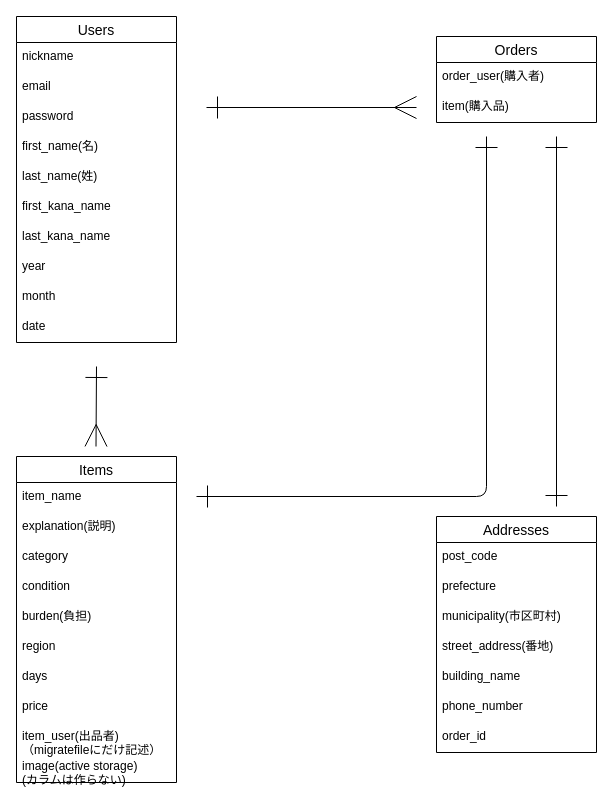
Before: database_blueprint.dio in fukumochi-0110/furima-39163, a draw.io diagram. Source tidied: cells renumbered, new cells numbered last; positions are measured from the earlier drawing's top-left corner, leaving out a move shared by most shapes. Both pictures are drawn from the tidied source at 100%, with x=0, y=0 at pixel (16, 16).
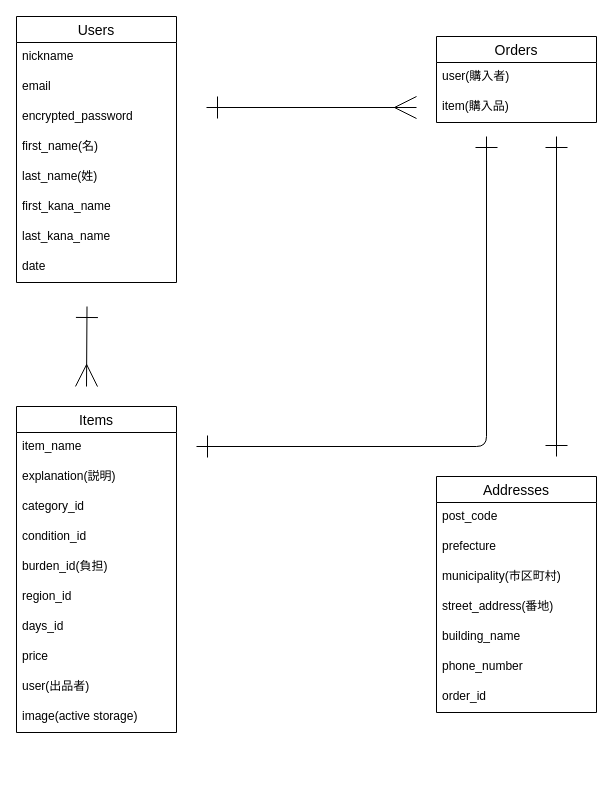
The same page after the edit.

Commit message (it also covers changes not shown here):
データベース設計修正(active hashのid追加、生年月日のカラム減らす)

The change refers to these unchanged cells:
```xml
<mxCell id="25" value="Orders" style="swimlane;fontStyle=0;horizontal=1;startSize=26;align=center;fontSize=14;" parent="1" vertex="1">
  <mxGeometry x="420" y="20" width="160" height="86" as="geometry" />
</mxCell>
```

The edit, as a diff of the source:
```diff
@@
     <mxCell id="2" value="Users" style="swimlane;fontStyle=0;horizontal=1;startSize=26;align=center;fontSize=14;" parent="1" vertex="1">
-      <mxGeometry width="160" height="326" as="geometry" />
+      <mxGeometry width="160" height="266" as="geometry" />
     </mxCell>
@@
-    <mxCell id="5" value="password" style="text;strokeColor=none;fillColor=none;spacingLeft=4;spacingRight=4;overflow=hidden;fontSize=12;" parent="2" vertex="1">
+    <mxCell id="5" value="encrypted_password" style="text;strokeColor=none;fillColor=none;spacingLeft=4;spacingRight=4;overflow=hidden;fontSize=12;" parent="2" vertex="1">
       <mxGeometry y="86" width="160" height="30" as="geometry" />
     </mxCell>
@@
-    <mxCell id="10" value="year" style="text;strokeColor=none;fillColor=none;spacingLeft=4;spacingRight=4;overflow=hidden;fontSize=12;" parent="2" vertex="1">
-      <mxGeometry y="236" width="160" height="30" as="geometry" />
-    </mxCell>
-    <mxCell id="11" value="month" style="text;strokeColor=none;fillColor=none;spacingLeft=4;spacingRight=4;overflow=hidden;fontSize=12;" parent="2" vertex="1">
-      <mxGeometry y="266" width="160" height="30" as="geometry" />
-    </mxCell>
     <mxCell id="12" value="date" style="text;strokeColor=none;fillColor=none;spacingLeft=4;spacingRight=4;overflow=hidden;fontSize=12;" parent="2" vertex="1">
-      <mxGeometry y="296" width="160" height="30" as="geometry" />
+      <mxGeometry y="236" width="160" height="30" as="geometry" />
     </mxCell>
     <mxCell id="13" value="Items" style="swimlane;fontStyle=0;horizontal=1;startSize=26;align=center;fontSize=14;" parent="1" vertex="1">
-      <mxGeometry y="440" width="160" height="326" as="geometry" />
+      <mxGeometry y="390" width="160" height="326" as="geometry" />
     </mxCell>
@@
-    <mxCell id="16" value="category" style="text;strokeColor=none;fillColor=none;spacingLeft=4;spacingRight=4;overflow=hidden;fontSize=12;" parent="13" vertex="1">
+    <mxCell id="16" value="category_id" style="text;strokeColor=none;fillColor=none;spacingLeft=4;spacingRight=4;overflow=hidden;fontSize=12;" parent="13" vertex="1">
       <mxGeometry y="86" width="160" height="30" as="geometry" />
     </mxCell>
-    <mxCell id="17" value="condition" style="text;strokeColor=none;fillColor=none;spacingLeft=4;spacingRight=4;overflow=hidden;fontSize=12;" parent="13" vertex="1">
+    <mxCell id="17" value="condition_id" style="text;strokeColor=none;fillColor=none;spacingLeft=4;spacingRight=4;overflow=hidden;fontSize=12;" parent="13" vertex="1">
       <mxGeometry y="116" width="160" height="30" as="geometry" />
     </mxCell>
-    <mxCell id="18" value="burden(負担)" style="text;strokeColor=none;fillColor=none;spacingLeft=4;spacingRight=4;overflow=hidden;fontSize=12;" parent="13" vertex="1">
+    <mxCell id="18" value="burden_id(負担)" style="text;strokeColor=none;fillColor=none;spacingLeft=4;spacingRight=4;overflow=hidden;fontSize=12;" parent="13" vertex="1">
       <mxGeometry y="146" width="160" height="30" as="geometry" />
     </mxCell>
-    <mxCell id="19" value="region" style="text;strokeColor=none;fillColor=none;spacingLeft=4;spacingRight=4;overflow=hidden;fontSize=12;" parent="13" vertex="1">
+    <mxCell id="19" value="region_id" style="text;strokeColor=none;fillColor=none;spacingLeft=4;spacingRight=4;overflow=hidden;fontSize=12;" parent="13" vertex="1">
       <mxGeometry y="176" width="160" height="30" as="geometry" />
     </mxCell>
-    <mxCell id="20" value="days" style="text;strokeColor=none;fillColor=none;spacingLeft=4;spacingRight=4;overflow=hidden;fontSize=12;" parent="13" vertex="1">
+    <mxCell id="20" value="days_id" style="text;strokeColor=none;fillColor=none;spacingLeft=4;spacingRight=4;overflow=hidden;fontSize=12;" parent="13" vertex="1">
       <mxGeometry y="206" width="160" height="30" as="geometry" />
     </mxCell>
@@
-    <mxCell id="22" value="item_user(出品者)&#10;（migratefileにだけ記述）" style="text;strokeColor=none;fillColor=none;spacingLeft=4;spacingRight=4;overflow=hidden;fontSize=12;" parent="13" vertex="1">
+    <mxCell id="22" value="user(出品者)" style="text;strokeColor=none;fillColor=none;spacingLeft=4;spacingRight=4;overflow=hidden;fontSize=12;" parent="13" vertex="1">
       <mxGeometry y="266" width="160" height="30" as="geometry" />
     </mxCell>
-    <mxCell id="23" value="image(active storage)&#10;(カラムは作らない)" style="text;strokeColor=none;fillColor=none;spacingLeft=4;spacingRight=4;overflow=hidden;fontSize=12;" parent="13" vertex="1">
+    <mxCell id="23" value="image(active storage)" style="text;strokeColor=none;fillColor=none;spacingLeft=4;spacingRight=4;overflow=hidden;fontSize=12;" parent="13" vertex="1">
       <mxGeometry y="296" width="160" height="30" as="geometry" />
     </mxCell>
     <mxCell id="24" style="edgeStyle=none;html=1;endArrow=ERmany;endFill=0;endSize=20;startArrow=ERone;startFill=0;startSize=20;" parent="1" edge="1">
       <mxGeometry relative="1" as="geometry">
-        <mxPoint x="80" y="350" as="sourcePoint" />
-        <mxPoint x="79.5" y="430" as="targetPoint" />
+        <mxPoint x="70.5" y="290" as="sourcePoint" />
+        <mxPoint x="70" y="370" as="targetPoint" />
       </mxGeometry>
     </mxCell>
@@
-    <mxCell id="26" value="order_user(購入者)" style="text;strokeColor=none;fillColor=none;spacingLeft=4;spacingRight=4;overflow=hidden;fontSize=12;" parent="25" vertex="1">
+    <mxCell id="26" value="user(購入者)" style="text;strokeColor=none;fillColor=none;spacingLeft=4;spacingRight=4;overflow=hidden;fontSize=12;" parent="25" vertex="1">
       <mxGeometry y="26" width="160" height="30" as="geometry" />
     </mxCell>
@@
     <mxCell id="28" style="edgeStyle=orthogonalEdgeStyle;html=1;startSize=20;endSize=20;startArrow=ERone;startFill=0;endArrow=ERone;endFill=0;" parent="1" edge="1">
       <mxGeometry relative="1" as="geometry">
-        <mxPoint x="180" y="480" as="sourcePoint" />
+        <mxPoint x="180" y="430" as="sourcePoint" />
         <mxPoint x="470" y="120" as="targetPoint" />
         <Array as="points">
-          <mxPoint x="470" y="480" />
+          <mxPoint x="470" y="430" />
         </Array>
       </mxGeometry>
     </mxCell>
@@
     <mxCell id="30" style="html=1;startArrow=ERone;startFill=0;endArrow=ERone;endFill=0;startSize=20;endSize=20;" parent="1" edge="1">
       <mxGeometry relative="1" as="geometry">
-        <mxPoint x="540" y="490" as="sourcePoint" />
+        <mxPoint x="540" y="440" as="sourcePoint" />
         <mxPoint x="540" y="120" as="targetPoint" />
       </mxGeometry>
     </mxCell>
     <mxCell id="31" value="Addresses" style="swimlane;fontStyle=0;horizontal=1;startSize=26;align=center;fontSize=14;" parent="1" vertex="1">
-      <mxGeometry x="420" y="500" width="160" height="236" as="geometry" />
+      <mxGeometry x="420" y="460" width="160" height="236" as="geometry" />
     </mxCell>
```
